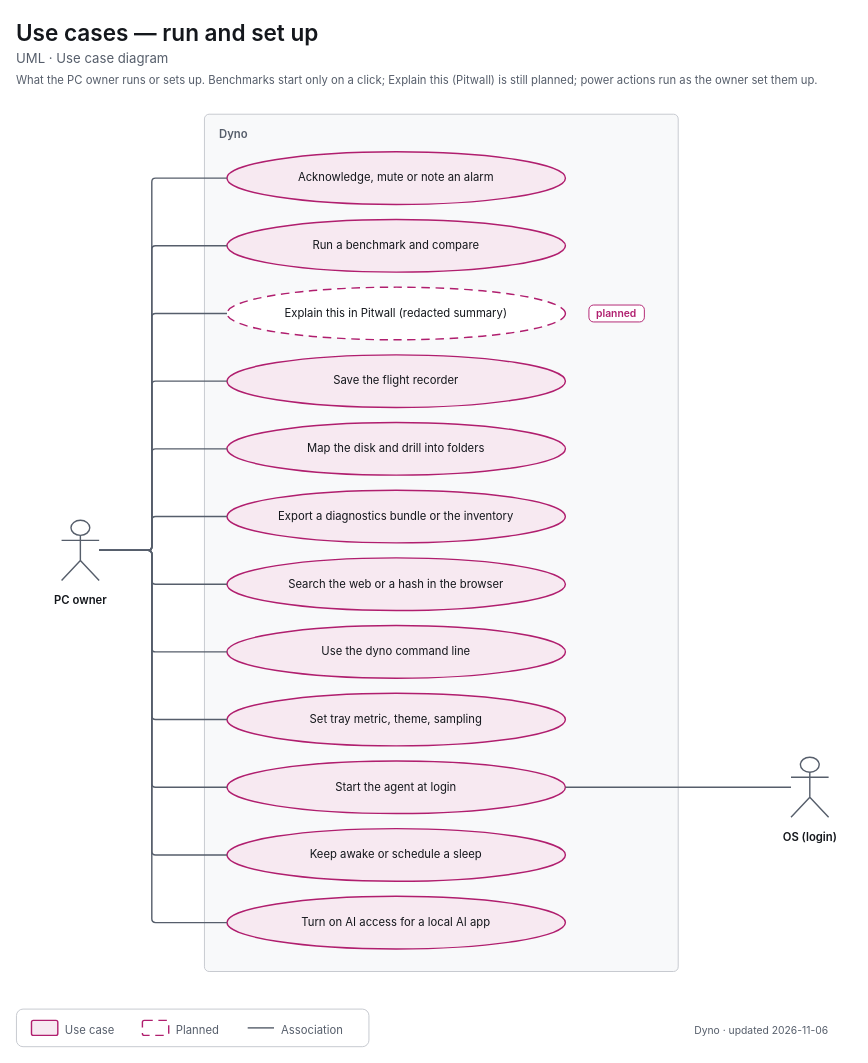
Above: apps/dyno/diagrams/uml-use-cases-setup.drawio in decryp7/paddock (draw.io), before the change. Source tidied: cells renumbered, new cells numbered last; positions are measured from the earlier drawing's top-left corner, leaving out a move shared by most shapes. Both pictures are drawn from the tidied source at 94%, with x=0, y=0 at pixel (16, 16).
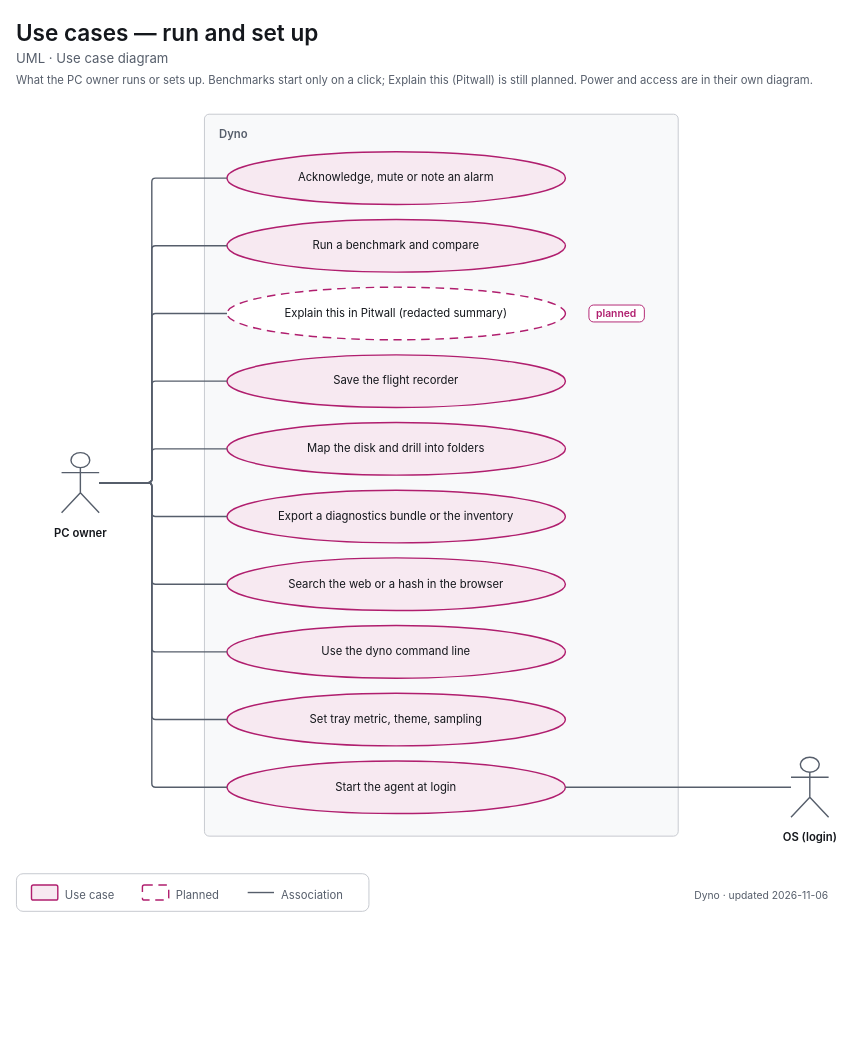
Above is the later version.

Unchanged cells that the change refers to:
```xml
<mxCell id="6" value="&lt;span style=&quot;font-size:12px&quot;&gt;Acknowledge, mute or note an alarm&lt;/span&gt;" style="html=1;whiteSpace=wrap;fontFamily=-apple-system,BlinkMacSystemFont,Segoe UI,system-ui,sans-serif;fontSize=12;fontColor=light-dark(#14171C,#ECEEF1);ellipse;strokeWidth=1.5;strokeColor=light-dark(#B01E6E,#F063A8);fillColor=light-dark(#F7E9F1,#382332);align=center;verticalAlign=middle;spacingLeft=28;spacingRight=28;" parent="1" vertex="1">
  <mxGeometry x="224" y="144" width="360" height="56" as="geometry" />
</mxCell>
<mxCell id="7" value="&lt;span style=&quot;font-size:12px&quot;&gt;Run a benchmark and compare&lt;/span&gt;" style="html=1;whiteSpace=wrap;fontFamily=-apple-system,BlinkMacSystemFont,Segoe UI,system-ui,sans-serif;fontSize=12;fontColor=light-dark(#14171C,#ECEEF1);ellipse;strokeWidth=1.5;strokeColor=light-dark(#B01E6E,#F063A8);fillColor=light-dark(#F7E9F1,#382332);align=center;verticalAlign=middle;spacingLeft=28;spacingRight=28;" parent="1" vertex="1">
  <mxGeometry x="224" y="216" width="360" height="56" as="geometry" />
</mxCell>
<mxCell id="8" value="&lt;span style=&quot;font-size:12px&quot;&gt;Explain this in Pitwall (redacted summary)&lt;/span&gt;" style="html=1;whiteSpace=wrap;fontFamily=-apple-system,BlinkMacSystemFont,Segoe UI,system-ui,sans-serif;fontSize=12;fontColor=light-dark(#14171C,#ECEEF1);ellipse;strokeWidth=1.5;strokeColor=light-dark(#B01E6E,#F063A8);fillColor=light-dark(#FFFFFF,#15171B);dashed=1;dashPattern=6 4;align=center;verticalAlign=middle;spacingLeft=28;spacingRight=28;" parent="1" vertex="1">
  <mxGeometry x="224" y="288" width="360" height="56" as="geometry" />
</mxCell>
<mxCell id="10" value="&lt;span style=&quot;font-size:12px&quot;&gt;Save the flight recorder&lt;/span&gt;" style="html=1;whiteSpace=wrap;fontFamily=-apple-system,BlinkMacSystemFont,Segoe UI,system-ui,sans-serif;fontSize=12;fontColor=light-dark(#14171C,#ECEEF1);ellipse;strokeWidth=1.5;strokeColor=light-dark(#B01E6E,#F063A8);fillColor=light-dark(#F7E9F1,#382332);align=center;verticalAlign=middle;spacingLeft=28;spacingRight=28;" parent="1" vertex="1">
  <mxGeometry x="224" y="360" width="360" height="56" as="geometry" />
</mxCell>
<mxCell id="11" value="&lt;span style=&quot;font-size:12px&quot;&gt;Map the disk and drill into folders&lt;/span&gt;" style="html=1;whiteSpace=wrap;fontFamily=-apple-system,BlinkMacSystemFont,Segoe UI,system-ui,sans-serif;fontSize=12;fontColor=light-dark(#14171C,#ECEEF1);ellipse;strokeWidth=1.5;strokeColor=light-dark(#B01E6E,#F063A8);fillColor=light-dark(#F7E9F1,#382332);align=center;verticalAlign=middle;spacingLeft=28;spacingRight=28;" parent="1" vertex="1">
  <mxGeometry x="224" y="432" width="360" height="56" as="geometry" />
</mxCell>
<mxCell id="12" value="&lt;span style=&quot;font-size:12px&quot;&gt;Export a diagnostics bundle or the inventory&lt;/span&gt;" style="html=1;whiteSpace=wrap;fontFamily=-apple-system,BlinkMacSystemFont,Segoe UI,system-ui,sans-serif;fontSize=12;fontColor=light-dark(#14171C,#ECEEF1);ellipse;strokeWidth=1.5;strokeColor=light-dark(#B01E6E,#F063A8);fillColor=light-dark(#F7E9F1,#382332);align=center;verticalAlign=middle;spacingLeft=28;spacingRight=28;" parent="1" vertex="1">
  <mxGeometry x="224" y="504" width="360" height="56" as="geometry" />
</mxCell>
<mxCell id="13" value="&lt;span style=&quot;font-size:12px&quot;&gt;Search the web or a hash in the browser&lt;/span&gt;" style="html=1;whiteSpace=wrap;fontFamily=-apple-system,BlinkMacSystemFont,Segoe UI,system-ui,sans-serif;fontSize=12;fontColor=light-dark(#14171C,#ECEEF1);ellipse;strokeWidth=1.5;strokeColor=light-dark(#B01E6E,#F063A8);fillColor=light-dark(#F7E9F1,#382332);align=center;verticalAlign=middle;spacingLeft=28;spacingRight=28;" parent="1" vertex="1">
  <mxGeometry x="224" y="576" width="360" height="56" as="geometry" />
</mxCell>
<mxCell id="14" value="&lt;span style=&quot;font-size:12px&quot;&gt;Use the dyno command line&lt;/span&gt;" style="html=1;whiteSpace=wrap;fontFamily=-apple-system,BlinkMacSystemFont,Segoe UI,system-ui,sans-serif;fontSize=12;fontColor=light-dark(#14171C,#ECEEF1);ellipse;strokeWidth=1.5;strokeColor=light-dark(#B01E6E,#F063A8);fillColor=light-dark(#F7E9F1,#382332);align=center;verticalAlign=middle;spacingLeft=28;spacingRight=28;" parent="1" vertex="1">
  <mxGeometry x="224" y="648" width="360" height="56" as="geometry" />
</mxCell>
<mxCell id="15" value="&lt;span style=&quot;font-size:12px&quot;&gt;Set tray metric, theme, sampling&lt;/span&gt;" style="html=1;whiteSpace=wrap;fontFamily=-apple-system,BlinkMacSystemFont,Segoe UI,system-ui,sans-serif;fontSize=12;fontColor=light-dark(#14171C,#ECEEF1);ellipse;strokeWidth=1.5;strokeColor=light-dark(#B01E6E,#F063A8);fillColor=light-dark(#F7E9F1,#382332);align=center;verticalAlign=middle;spacingLeft=28;spacingRight=28;" parent="1" vertex="1">
  <mxGeometry x="224" y="720" width="360" height="56" as="geometry" />
</mxCell>
<mxCell id="16" value="&lt;span style=&quot;font-size:12px&quot;&gt;Start the agent at login&lt;/span&gt;" style="html=1;whiteSpace=wrap;fontFamily=-apple-system,BlinkMacSystemFont,Segoe UI,system-ui,sans-serif;fontSize=12;fontColor=light-dark(#14171C,#ECEEF1);ellipse;strokeWidth=1.5;strokeColor=light-dark(#B01E6E,#F063A8);fillColor=light-dark(#F7E9F1,#382332);align=center;verticalAlign=middle;spacingLeft=28;spacingRight=28;" parent="1" vertex="1">
  <mxGeometry x="224" y="792" width="360" height="56" as="geometry" />
</mxCell>
```

The edit, as a diff of the source:
```diff
@@
-    <mxCell id="4" value="&lt;span style=&quot;font-size:12px;font-weight:400&quot;&gt;What the PC owner runs or sets up. Benchmarks start only on a click; Explain this (Pitwall) is still planned; power actions run as the owner set them up.&lt;/span&gt;" style="html=1;whiteSpace=wrap;fontFamily=-apple-system,BlinkMacSystemFont,Segoe UI,system-ui,sans-serif;fontSize=12;fontColor=light-dark(#14171C,#ECEEF1);text;strokeColor=none;fillColor=none;align=left;verticalAlign=top;spacing=0;fontColor=light-dark(#565E6B,#A0A7B2);" parent="1" vertex="1">
+    <mxCell id="4" value="&lt;span style=&quot;font-size:12px;font-weight:400&quot;&gt;What the PC owner runs or sets up. Benchmarks start only on a click; Explain this (Pitwall) is still planned. Power and access are in their own diagram.&lt;/span&gt;" style="html=1;whiteSpace=wrap;fontFamily=-apple-system,BlinkMacSystemFont,Segoe UI,system-ui,sans-serif;fontSize=12;fontColor=light-dark(#14171C,#ECEEF1);text;strokeColor=none;fillColor=none;align=left;verticalAlign=top;spacing=0;fontColor=light-dark(#565E6B,#A0A7B2);" parent="1" vertex="1">
       <mxGeometry y="56" width="888" height="20" as="geometry" />
     </mxCell>
     <mxCell id="5" value="&lt;span style=&quot;font-size:12px;font-weight:600&quot;&gt;Dyno&lt;/span&gt;" style="html=1;whiteSpace=wrap;fontFamily=-apple-system,BlinkMacSystemFont,Segoe UI,system-ui,sans-serif;fontSize=12;fontColor=light-dark(#14171C,#ECEEF1);rounded=1;absoluteArcSize=1;arcSize=10;strokeWidth=1;strokeColor=light-dark(#C4C7CD,#353A42);fillColor=light-dark(#F8F9FA,#121418);align=left;verticalAlign=top;spacingLeft=14;spacingTop=8;fontColor=light-dark(#565E6B,#A0A7B2);" parent="1" vertex="1">
-      <mxGeometry x="200" y="104" width="504" height="912" as="geometry" />
+      <mxGeometry x="200" y="104" width="504" height="768" as="geometry" />
     </mxCell>
@@
-    <mxCell id="17" value="&lt;span style=&quot;font-size:12px&quot;&gt;Keep awake or schedule a sleep&lt;/span&gt;" style="html=1;whiteSpace=wrap;fontFamily=-apple-system,BlinkMacSystemFont,Segoe UI,system-ui,sans-serif;fontSize=12;fontColor=light-dark(#14171C,#ECEEF1);ellipse;strokeWidth=1.5;strokeColor=light-dark(#B01E6E,#F063A8);fillColor=light-dark(#F7E9F1,#382332);align=center;verticalAlign=middle;spacingLeft=28;spacingRight=28;" parent="1" vertex="1">
-      <mxGeometry x="224" y="864" width="360" height="56" as="geometry" />
-    </mxCell>
-    <mxCell id="18" value="&lt;span style=&quot;font-size:12px&quot;&gt;Turn on AI access for a local AI app&lt;/span&gt;" style="html=1;whiteSpace=wrap;fontFamily=-apple-system,BlinkMacSystemFont,Segoe UI,system-ui,sans-serif;fontSize=12;fontColor=light-dark(#14171C,#ECEEF1);ellipse;strokeWidth=1.5;strokeColor=light-dark(#B01E6E,#F063A8);fillColor=light-dark(#F7E9F1,#382332);align=center;verticalAlign=middle;spacingLeft=28;spacingRight=28;" parent="1" vertex="1">
-      <mxGeometry x="224" y="936" width="360" height="56" as="geometry" />
-    </mxCell>
     <mxCell id="19" value="&lt;span style=&quot;font-size:12px;font-weight:600&quot;&gt;PC owner&lt;/span&gt;" style="html=1;whiteSpace=wrap;fontFamily=-apple-system,BlinkMacSystemFont,Segoe UI,system-ui,sans-serif;fontSize=12;fontColor=light-dark(#14171C,#ECEEF1);shape=umlActor;verticalLabelPosition=bottom;verticalAlign=top;spacingTop=8;strokeWidth=1.5;strokeColor=light-dark(#565E6B,#A0A7B2);fillColor=none;whiteSpace=nowrap;" parent="1" vertex="1">
-      <mxGeometry x="48" y="536" width="40" height="64" as="geometry" />
+      <mxGeometry x="48" y="464" width="40" height="64" as="geometry" />
     </mxCell>
     <mxCell id="20" style="edgeStyle=orthogonalEdgeStyle;rounded=1;arcSize=8;jettySize=auto;html=1;strokeWidth=1.5;strokeColor=light-dark(#565E6B,#A0A7B2);endArrow=none;endFill=0;endSize=6;startArrow=none;startFill=0;startSize=8;exitX=1.0000;exitY=0.5000;exitDx=0;exitDy=0;exitPerimeter=0;entryX=0.0000;entryY=0.5000;entryDx=0;entryDy=0;entryPerimeter=0;" parent="1" edge="1" source="19" target="6">
       <mxGeometry relative="1" as="geometry">
         <Array as="points">
-          <mxPoint x="144" y="568" />
+          <mxPoint x="144" y="496" />
           <mxPoint x="144" y="172" />
         </Array>
       </mxGeometry>
     </mxCell>
     <mxCell id="21" style="edgeStyle=orthogonalEdgeStyle;rounded=1;arcSize=8;jettySize=auto;html=1;strokeWidth=1.5;strokeColor=light-dark(#565E6B,#A0A7B2);endArrow=none;endFill=0;endSize=6;startArrow=none;startFill=0;startSize=8;exitX=1.0000;exitY=0.5000;exitDx=0;exitDy=0;exitPerimeter=0;entryX=0.0000;entryY=0.5000;entryDx=0;entryDy=0;entryPerimeter=0;" parent="1" edge="1" source="19" target="7">
       <mxGeometry relative="1" as="geometry">
         <Array as="points">
-          <mxPoint x="144" y="568" />
+          <mxPoint x="144" y="496" />
           <mxPoint x="144" y="244" />
         </Array>
       </mxGeometry>
     </mxCell>
     <mxCell id="22" style="edgeStyle=orthogonalEdgeStyle;rounded=1;arcSize=8;jettySize=auto;html=1;strokeWidth=1.5;strokeColor=light-dark(#565E6B,#A0A7B2);endArrow=none;endFill=0;endSize=6;startArrow=none;startFill=0;startSize=8;exitX=1.0000;exitY=0.5000;exitDx=0;exitDy=0;exitPerimeter=0;entryX=0.0000;entryY=0.5000;entryDx=0;entryDy=0;entryPerimeter=0;" parent="1" edge="1" source="19" target="8">
       <mxGeometry relative="1" as="geometry">
         <Array as="points">
-          <mxPoint x="144" y="568" />
+          <mxPoint x="144" y="496" />
           <mxPoint x="144" y="316" />
         </Array>
       </mxGeometry>
     </mxCell>
     <mxCell id="23" style="edgeStyle=orthogonalEdgeStyle;rounded=1;arcSize=8;jettySize=auto;html=1;strokeWidth=1.5;strokeColor=light-dark(#565E6B,#A0A7B2);endArrow=none;endFill=0;endSize=6;startArrow=none;startFill=0;startSize=8;exitX=1.0000;exitY=0.5000;exitDx=0;exitDy=0;exitPerimeter=0;entryX=0.0000;entryY=0.5000;entryDx=0;entryDy=0;entryPerimeter=0;" parent="1" edge="1" source="19" target="10">
       <mxGeometry relative="1" as="geometry">
         <Array as="points">
-          <mxPoint x="144" y="568" />
+          <mxPoint x="144" y="496" />
           <mxPoint x="144" y="388" />
         </Array>
       </mxGeometry>
     </mxCell>
     <mxCell id="24" style="edgeStyle=orthogonalEdgeStyle;rounded=1;arcSize=8;jettySize=auto;html=1;strokeWidth=1.5;strokeColor=light-dark(#565E6B,#A0A7B2);endArrow=none;endFill=0;endSize=6;startArrow=none;startFill=0;startSize=8;exitX=1.0000;exitY=0.5000;exitDx=0;exitDy=0;exitPerimeter=0;entryX=0.0000;entryY=0.5000;entryDx=0;entryDy=0;entryPerimeter=0;" parent="1" edge="1" source="19" target="11">
       <mxGeometry relative="1" as="geometry">
         <Array as="points">
-          <mxPoint x="144" y="568" />
+          <mxPoint x="144" y="496" />
           <mxPoint x="144" y="460" />
         </Array>
       </mxGeometry>
     </mxCell>
     <mxCell id="25" style="edgeStyle=orthogonalEdgeStyle;rounded=1;arcSize=8;jettySize=auto;html=1;strokeWidth=1.5;strokeColor=light-dark(#565E6B,#A0A7B2);endArrow=none;endFill=0;endSize=6;startArrow=none;startFill=0;startSize=8;exitX=1.0000;exitY=0.5000;exitDx=0;exitDy=0;exitPerimeter=0;entryX=0.0000;entryY=0.5000;entryDx=0;entryDy=0;entryPerimeter=0;" parent="1" edge="1" source="19" target="12">
       <mxGeometry relative="1" as="geometry">
         <Array as="points">
-          <mxPoint x="144" y="568" />
+          <mxPoint x="144" y="496" />
           <mxPoint x="144" y="532" />
         </Array>
       </mxGeometry>
     </mxCell>
     <mxCell id="26" style="edgeStyle=orthogonalEdgeStyle;rounded=1;arcSize=8;jettySize=auto;html=1;strokeWidth=1.5;strokeColor=light-dark(#565E6B,#A0A7B2);endArrow=none;endFill=0;endSize=6;startArrow=none;startFill=0;startSize=8;exitX=1.0000;exitY=0.5000;exitDx=0;exitDy=0;exitPerimeter=0;entryX=0.0000;entryY=0.5000;entryDx=0;entryDy=0;entryPerimeter=0;" parent="1" edge="1" source="19" target="13">
       <mxGeometry relative="1" as="geometry">
         <Array as="points">
-          <mxPoint x="144" y="568" />
+          <mxPoint x="144" y="496" />
           <mxPoint x="144" y="604" />
         </Array>
       </mxGeometry>
     </mxCell>
     <mxCell id="27" style="edgeStyle=orthogonalEdgeStyle;rounded=1;arcSize=8;jettySize=auto;html=1;strokeWidth=1.5;strokeColor=light-dark(#565E6B,#A0A7B2);endArrow=none;endFill=0;endSize=6;startArrow=none;startFill=0;startSize=8;exitX=1.0000;exitY=0.5000;exitDx=0;exitDy=0;exitPerimeter=0;entryX=0.0000;entryY=0.5000;entryDx=0;entryDy=0;entryPerimeter=0;" parent="1" edge="1" source="19" target="14">
       <mxGeometry relative="1" as="geometry">
         <Array as="points">
-          <mxPoint x="144" y="568" />
+          <mxPoint x="144" y="496" />
           <mxPoint x="144" y="676" />
         </Array>
       </mxGeometry>
     </mxCell>
     <mxCell id="28" style="edgeStyle=orthogonalEdgeStyle;rounded=1;arcSize=8;jettySize=auto;html=1;strokeWidth=1.5;strokeColor=light-dark(#565E6B,#A0A7B2);endArrow=none;endFill=0;endSize=6;startArrow=none;startFill=0;startSize=8;exitX=1.0000;exitY=0.5000;exitDx=0;exitDy=0;exitPerimeter=0;entryX=0.0000;entryY=0.5000;entryDx=0;entryDy=0;entryPerimeter=0;" parent="1" edge="1" source="19" target="15">
       <mxGeometry relative="1" as="geometry">
         <Array as="points">
-          <mxPoint x="144" y="568" />
+          <mxPoint x="144" y="496" />
           <mxPoint x="144" y="748" />
         </Array>
       </mxGeometry>
     </mxCell>
     <mxCell id="29" style="edgeStyle=orthogonalEdgeStyle;rounded=1;arcSize=8;jettySize=auto;html=1;strokeWidth=1.5;strokeColor=light-dark(#565E6B,#A0A7B2);endArrow=none;endFill=0;endSize=6;startArrow=none;startFill=0;startSize=8;exitX=1.0000;exitY=0.5000;exitDx=0;exitDy=0;exitPerimeter=0;entryX=0.0000;entryY=0.5000;entryDx=0;entryDy=0;entryPerimeter=0;" parent="1" edge="1" source="19" target="16">
       <mxGeometry relative="1" as="geometry">
         <Array as="points">
-          <mxPoint x="144" y="568" />
+          <mxPoint x="144" y="496" />
           <mxPoint x="144" y="820" />
         </Array>
       </mxGeometry>
     </mxCell>
+    <mxCell id="32" value="&lt;span style=&quot;font-size:12px;font-weight:600&quot;&gt;OS (login)&lt;/span&gt;" style="html=1;whiteSpace=wrap;fontFamily=-apple-system,BlinkMacSystemFont,Segoe UI,system-ui,sans-serif;fontSize=12;fontColor=light-dark(#14171C,#ECEEF1);shape=umlActor;verticalLabelPosition=bottom;verticalAlign=top;spacingTop=8;strokeWidth=1.5;strokeColor=light-dark(#565E6B,#A0A7B2);fillColor=none;whiteSpace=nowrap;" parent="1" vertex="1">
+      <mxGeometry x="824" y="788" width="40" height="64" as="geometry" />
+    </mxCell>
-    <mxCell id="30" style="edgeStyle=orthogonalEdgeStyle;rounded=1;arcSize=8;jettySize=auto;html=1;strokeWidth=1.5;strokeColor=light-dark(#565E6B,#A0A7B2);endArrow=none;endFill=0;endSize=6;startArrow=none;startFill=0;startSize=8;exitX=1.0000;exitY=0.5000;exitDx=0;exitDy=0;exitPerimeter=0;entryX=0.0000;entryY=0.5000;entryDx=0;entryDy=0;entryPerimeter=0;" parent="1" edge="1" source="19" target="17">
-      <mxGeometry relative="1" as="geometry">
-        <Array as="points">
-          <mxPoint x="144" y="568" />
-          <mxPoint x="144" y="892" />
-        </Array>
-      </mxGeometry>
+    <mxCell id="30" style="edgeStyle=orthogonalEdgeStyle;rounded=1;arcSize=8;jettySize=auto;html=1;strokeWidth=1.5;strokeColor=light-dark(#565E6B,#A0A7B2);endArrow=none;endFill=0;endSize=6;startArrow=none;startFill=0;startSize=8;exitX=0.0000;exitY=0.5000;exitDx=0;exitDy=0;exitPerimeter=0;entryX=1.0000;entryY=0.5000;entryDx=0;entryDy=0;entryPerimeter=0;" parent="1" edge="1" source="32" target="16">
+      <mxGeometry relative="1" as="geometry" />
     </mxCell>
+    <mxCell id="34" style="rounded=1;absoluteArcSize=1;arcSize=14;strokeWidth=1;strokeColor=light-dark(#C4C7CD,#353A42);fillColor=none;" parent="1" vertex="1">
+      <mxGeometry y="912" width="375" height="40" as="geometry" />
+    </mxCell>
-    <mxCell id="31" style="edgeStyle=orthogonalEdgeStyle;rounded=1;arcSize=8;jettySize=auto;html=1;strokeWidth=1.5;strokeColor=light-dark(#565E6B,#A0A7B2);endArrow=none;endFill=0;endSize=6;startArrow=none;startFill=0;startSize=8;exitX=1.0000;exitY=0.5000;exitDx=0;exitDy=0;exitPerimeter=0;entryX=0.0000;entryY=0.5000;entryDx=0;entryDy=0;entryPerimeter=0;" parent="1" edge="1" source="19" target="18">
-      <mxGeometry relative="1" as="geometry">
-        <Array as="points">
-          <mxPoint x="144" y="568" />
-          <mxPoint x="144" y="964" />
-        </Array>
-      </mxGeometry>
+    <mxCell id="31" style="rounded=1;absoluteArcSize=1;arcSize=4;strokeWidth=1.5;strokeColor=light-dark(#B01E6E,#F063A8);fillColor=light-dark(#F7E9F1,#382332);" parent="1" vertex="1">
+      <mxGeometry x="16" y="924" width="28" height="16" as="geometry" />
     </mxCell>
-    <mxCell id="32" value="&lt;span style=&quot;font-size:12px;font-weight:600&quot;&gt;OS (login)&lt;/span&gt;" style="html=1;whiteSpace=wrap;fontFamily=-apple-system,BlinkMacSystemFont,Segoe UI,system-ui,sans-serif;fontSize=12;fontColor=light-dark(#14171C,#ECEEF1);shape=umlActor;verticalLabelPosition=bottom;verticalAlign=top;spacingTop=8;strokeWidth=1.5;strokeColor=light-dark(#565E6B,#A0A7B2);fillColor=none;whiteSpace=nowrap;" parent="1" vertex="1">
-      <mxGeometry x="824" y="788" width="40" height="64" as="geometry" />
-    </mxCell>
-    <mxCell id="33" style="edgeStyle=orthogonalEdgeStyle;rounded=1;arcSize=8;jettySize=auto;html=1;strokeWidth=1.5;strokeColor=light-dark(#565E6B,#A0A7B2);endArrow=none;endFill=0;endSize=6;startArrow=none;startFill=0;startSize=8;exitX=0.0000;exitY=0.5000;exitDx=0;exitDy=0;exitPerimeter=0;entryX=1.0000;entryY=0.5000;entryDx=0;entryDy=0;entryPerimeter=0;" parent="1" edge="1" source="32" target="16">
-      <mxGeometry relative="1" as="geometry" />
+    <mxCell id="33" value="&lt;span style=&quot;font-size:12px;font-weight:400&quot;&gt;Use case&lt;/span&gt;" style="html=1;whiteSpace=wrap;fontFamily=-apple-system,BlinkMacSystemFont,Segoe UI,system-ui,sans-serif;fontSize=12;fontColor=light-dark(#14171C,#ECEEF1);text;strokeColor=none;fillColor=none;align=left;verticalAlign=top;spacing=0;fontColor=light-dark(#565E6B,#A0A7B2);" parent="1" vertex="1">
+      <mxGeometry x="52" y="923" width="58" height="18" as="geometry" />
     </mxCell>
-    <mxCell id="34" style="rounded=1;absoluteArcSize=1;arcSize=14;strokeWidth=1;strokeColor=light-dark(#C4C7CD,#353A42);fillColor=none;" parent="1" vertex="1">
-      <mxGeometry y="1056" width="375" height="40" as="geometry" />
-    </mxCell>
-    <mxCell id="35" style="rounded=1;absoluteArcSize=1;arcSize=4;strokeWidth=1.5;strokeColor=light-dark(#B01E6E,#F063A8);fillColor=light-dark(#F7E9F1,#382332);" parent="1" vertex="1">
-      <mxGeometry x="16" y="1068" width="28" height="16" as="geometry" />
+    <mxCell id="35" style="rounded=1;absoluteArcSize=1;arcSize=4;strokeWidth=1.5;strokeColor=light-dark(#B01E6E,#F063A8);fillColor=light-dark(#FFFFFF,#15171B);dashed=1;dashPattern=6 4;" parent="1" vertex="1">
+      <mxGeometry x="134" y="924" width="28" height="16" as="geometry" />
     </mxCell>
-    <mxCell id="36" value="&lt;span style=&quot;font-size:12px;font-weight:400&quot;&gt;Use case&lt;/span&gt;" style="html=1;whiteSpace=wrap;fontFamily=-apple-system,BlinkMacSystemFont,Segoe UI,system-ui,sans-serif;fontSize=12;fontColor=light-dark(#14171C,#ECEEF1);text;strokeColor=none;fillColor=none;align=left;verticalAlign=top;spacing=0;fontColor=light-dark(#565E6B,#A0A7B2);" parent="1" vertex="1">
-      <mxGeometry x="52" y="1067" width="58" height="18" as="geometry" />
+    <mxCell id="36" value="&lt;span style=&quot;font-size:12px;font-weight:400&quot;&gt;Planned&lt;/span&gt;" style="html=1;whiteSpace=wrap;fontFamily=-apple-system,BlinkMacSystemFont,Segoe UI,system-ui,sans-serif;fontSize=12;fontColor=light-dark(#14171C,#ECEEF1);text;strokeColor=none;fillColor=none;align=left;verticalAlign=top;spacing=0;fontColor=light-dark(#565E6B,#A0A7B2);" parent="1" vertex="1">
+      <mxGeometry x="170" y="923" width="52" height="18" as="geometry" />
     </mxCell>
-    <mxCell id="37" style="rounded=1;absoluteArcSize=1;arcSize=4;strokeWidth=1.5;strokeColor=light-dark(#B01E6E,#F063A8);fillColor=light-dark(#FFFFFF,#15171B);dashed=1;dashPattern=6 4;" parent="1" vertex="1">
-      <mxGeometry x="134" y="1068" width="28" height="16" as="geometry" />
+    <mxCell id="37" style="edgeStyle=none;rounded=1;html=1;strokeWidth=1.5;strokeColor=light-dark(#565E6B,#A0A7B2);endArrow=none;endFill=0;endSize=6;" parent="1" edge="1">
+      <mxGeometry relative="1" as="geometry">
+        <mxPoint x="246" y="932" as="sourcePoint" />
+        <mxPoint x="274" y="932" as="targetPoint" />
+      </mxGeometry>
     </mxCell>
-    <mxCell id="38" value="&lt;span style=&quot;font-size:12px;font-weight:400&quot;&gt;Planned&lt;/span&gt;" style="html=1;whiteSpace=wrap;fontFamily=-apple-system,BlinkMacSystemFont,Segoe UI,system-ui,sans-serif;fontSize=12;fontColor=light-dark(#14171C,#ECEEF1);text;strokeColor=none;fillColor=none;align=left;verticalAlign=top;spacing=0;fontColor=light-dark(#565E6B,#A0A7B2);" parent="1" vertex="1">
-      <mxGeometry x="170" y="1067" width="52" height="18" as="geometry" />
+    <mxCell id="38" value="&lt;span style=&quot;font-size:12px;font-weight:400&quot;&gt;Association&lt;/span&gt;" style="html=1;whiteSpace=wrap;fontFamily=-apple-system,BlinkMacSystemFont,Segoe UI,system-ui,sans-serif;fontSize=12;fontColor=light-dark(#14171C,#ECEEF1);text;strokeColor=none;fillColor=none;align=left;verticalAlign=top;spacing=0;fontColor=light-dark(#565E6B,#A0A7B2);" parent="1" vertex="1">
+      <mxGeometry x="282" y="923" width="77" height="18" as="geometry" />
     </mxCell>
-    <mxCell id="39" style="edgeStyle=none;rounded=1;html=1;strokeWidth=1.5;strokeColor=light-dark(#565E6B,#A0A7B2);endArrow=none;endFill=0;endSize=6;" parent="1" edge="1">
-      <mxGeometry relative="1" as="geometry">
-        <mxPoint x="246" y="1076" as="sourcePoint" />
-        <mxPoint x="274" y="1076" as="targetPoint" />
-      </mxGeometry>
-    </mxCell>
-    <mxCell id="40" value="&lt;span style=&quot;font-size:12px;font-weight:400&quot;&gt;Association&lt;/span&gt;" style="html=1;whiteSpace=wrap;fontFamily=-apple-system,BlinkMacSystemFont,Segoe UI,system-ui,sans-serif;fontSize=12;fontColor=light-dark(#14171C,#ECEEF1);text;strokeColor=none;fillColor=none;align=left;verticalAlign=top;spacing=0;fontColor=light-dark(#565E6B,#A0A7B2);" parent="1" vertex="1">
-      <mxGeometry x="282" y="1067" width="77" height="18" as="geometry" />
-    </mxCell>
     <mxCell id="41" value="&lt;span style=&quot;font-size:11px;font-weight:400&quot;&gt;Dyno · updated 2026-11-06&lt;/span&gt;" style="html=1;whiteSpace=wrap;fontFamily=-apple-system,BlinkMacSystemFont,Segoe UI,system-ui,sans-serif;fontSize=12;fontColor=light-dark(#14171C,#ECEEF1);text;strokeColor=none;fillColor=none;align=right;verticalAlign=top;spacing=0;fontColor=light-dark(#565E6B,#A0A7B2);" parent="1" vertex="1">
-      <mxGeometry x="504" y="1067" width="360" height="18" as="geometry" />
+      <mxGeometry x="504" y="923" width="360" height="18" as="geometry" />
     </mxCell>
```
